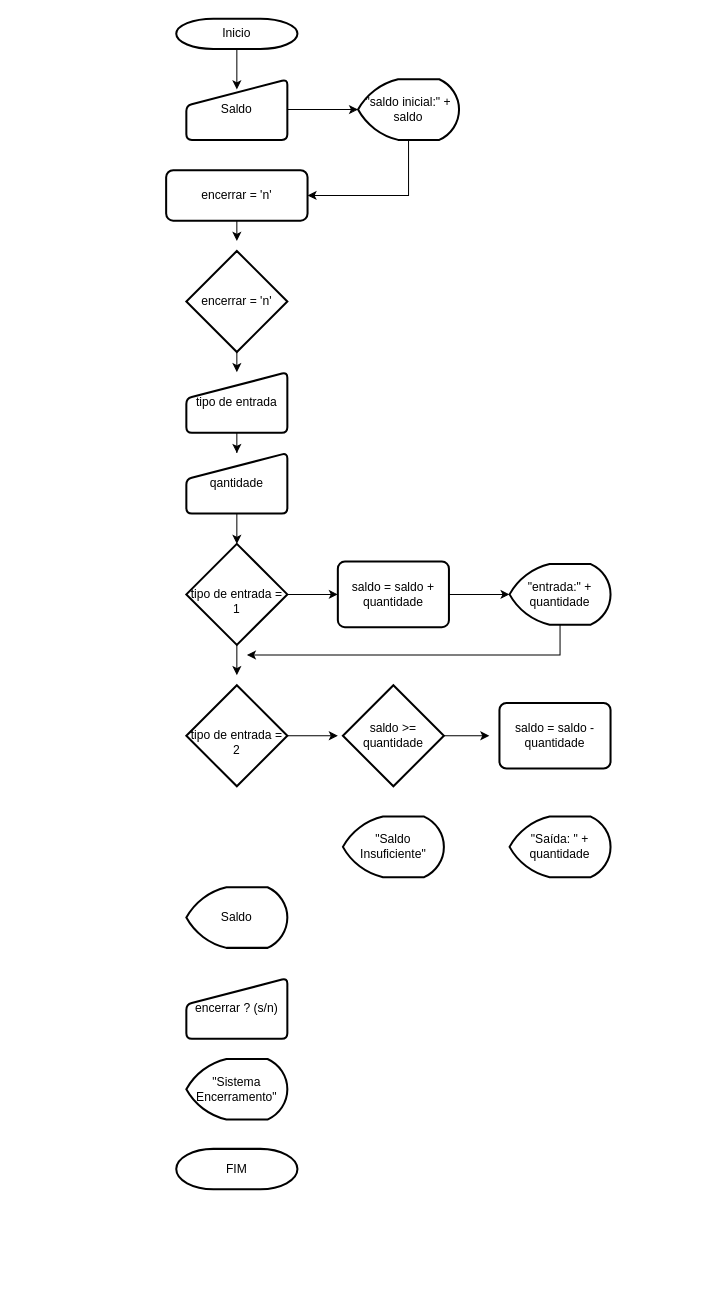
Above: Diagrama sem nome.drawio in Brun0-ap/senai-fullstack-versoes (draw.io), before the change. Source tidied: cells renumbered, new cells numbered last; positions are measured from the earlier drawing's top-left corner, leaving out a move shared by most shapes. Both pictures are drawn from the tidied source at 101%, with x=0, y=0 at pixel (166, 18).
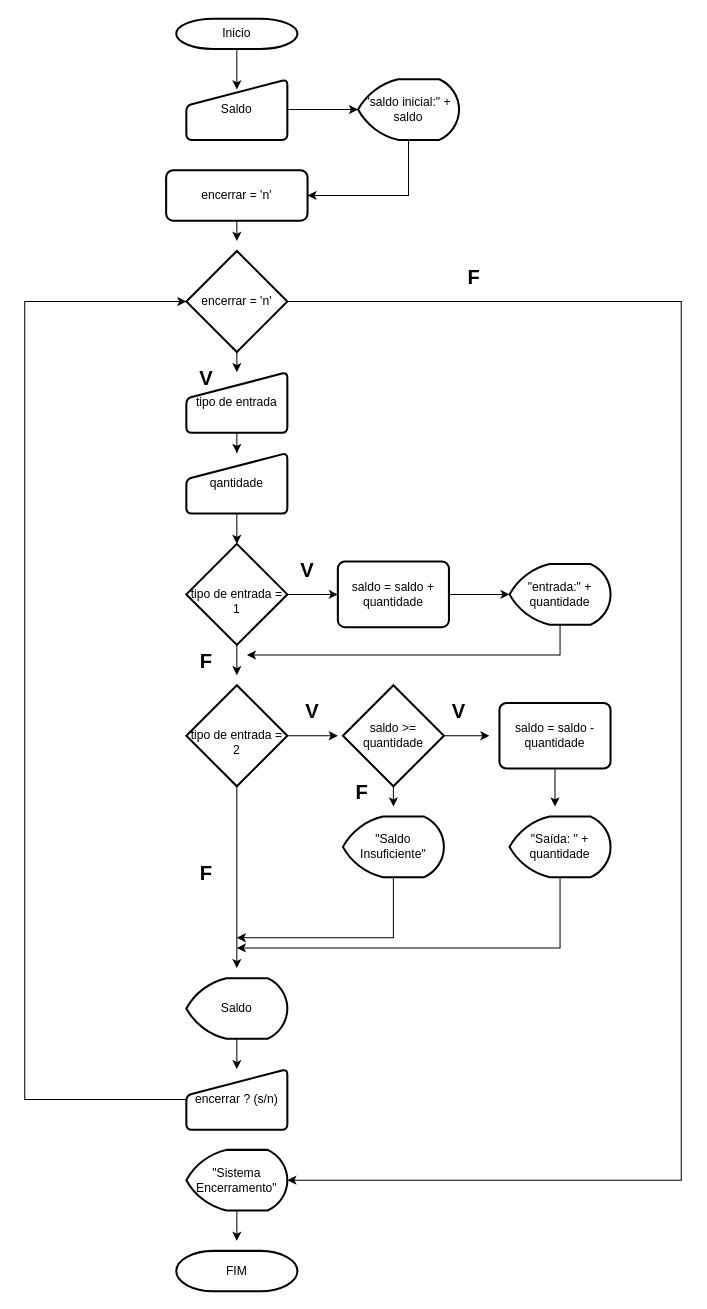
After the change.

Unchanged cells that the change refers to:
```xml
<mxCell id="11" value="encerrar = 'n'" style="strokeWidth=2;html=1;shape=mxgraph.flowchart.decision;whiteSpace=wrap;" parent="1" vertex="1">
  <mxGeometry x="20" y="230" width="100" height="100" as="geometry" />
</mxCell>
<mxCell id="24" value="saldo &amp;gt;= quantidade" style="strokeWidth=2;html=1;shape=mxgraph.flowchart.decision;whiteSpace=wrap;" parent="1" vertex="1">
  <mxGeometry x="175" y="660" width="100" height="100" as="geometry" />
</mxCell>
<mxCell id="26" value="&lt;br&gt;tipo de entrada = &lt;br&gt;2" style="strokeWidth=2;html=1;shape=mxgraph.flowchart.decision;whiteSpace=wrap;" parent="1" vertex="1">
  <mxGeometry x="20" y="660" width="100" height="100" as="geometry" />
</mxCell>
<mxCell id="27" value="saldo = saldo - quantidade" style="rounded=1;whiteSpace=wrap;html=1;absoluteArcSize=1;arcSize=14;strokeWidth=2;" parent="1" vertex="1">
  <mxGeometry x="330" y="677.5" width="110" height="65" as="geometry" />
</mxCell>
<mxCell id="28" value="&quot;Saída: &quot; + quantidade" style="strokeWidth=2;html=1;shape=mxgraph.flowchart.display;whiteSpace=wrap;" parent="1" vertex="1">
  <mxGeometry x="340" y="790" width="100" height="60" as="geometry" />
</mxCell>
<mxCell id="29" value="&quot;Saldo Insuficiente&quot;" style="strokeWidth=2;html=1;shape=mxgraph.flowchart.display;whiteSpace=wrap;" parent="1" vertex="1">
  <mxGeometry x="175" y="790" width="100" height="60" as="geometry" />
</mxCell>
```

Change to the diagram source:
```diff
@@
+    <mxCell id="34" style="edgeStyle=orthogonalEdgeStyle;rounded=0;jettySize=auto;html=1;exitX=1;exitY=0.5;exitDx=0;exitDy=0;exitPerimeter=0;entryX=1;entryY=0.5;entryDx=0;entryDy=0;entryPerimeter=0;" parent="1" edge="1" source="11" target="30">
+      <mxGeometry relative="1" as="geometry">
+        <Array as="points">
+          <mxPoint x="510" y="280" />
+          <mxPoint x="510" y="1150" />
+        </Array>
+      </mxGeometry>
+    </mxCell>
@@
+    <mxCell id="35" style="edgeStyle=orthogonalEdgeStyle;rounded=0;jettySize=auto;html=1;exitX=0.5;exitY=1;exitDx=0;exitDy=0;exitPerimeter=0;" parent="1" edge="1" source="24">
+      <mxGeometry relative="1" as="geometry">
+        <mxPoint x="225" y="780" as="targetPoint" />
+      </mxGeometry>
+    </mxCell>
@@
+    <mxCell id="36" style="edgeStyle=orthogonalEdgeStyle;rounded=0;jettySize=auto;html=1;exitX=0.5;exitY=1;exitDx=0;exitDy=0;exitPerimeter=0;" parent="1" edge="1" source="26">
+      <mxGeometry relative="1" as="geometry">
+        <mxPoint x="70" y="940" as="targetPoint" />
+      </mxGeometry>
+    </mxCell>
@@
+    <mxCell id="37" style="edgeStyle=orthogonalEdgeStyle;rounded=0;jettySize=auto;html=1;exitX=0.5;exitY=1;exitDx=0;exitDy=0;" parent="1" edge="1" source="27">
+      <mxGeometry relative="1" as="geometry">
+        <mxPoint x="385" y="780" as="targetPoint" />
+      </mxGeometry>
+    </mxCell>
@@
+    <mxCell id="38" style="edgeStyle=orthogonalEdgeStyle;rounded=0;jettySize=auto;html=1;" parent="1" edge="1" source="28">
+      <mxGeometry relative="1" as="geometry">
+        <mxPoint x="70" y="920" as="targetPoint" />
+        <Array as="points">
+          <mxPoint x="390" y="920" />
+          <mxPoint x="80" y="920" />
+        </Array>
+      </mxGeometry>
+    </mxCell>
@@
+    <mxCell id="39" style="edgeStyle=orthogonalEdgeStyle;rounded=0;jettySize=auto;html=1;" parent="1" edge="1" source="29">
+      <mxGeometry relative="1" as="geometry">
+        <mxPoint x="70" y="910" as="targetPoint" />
+        <Array as="points">
+          <mxPoint x="225" y="910" />
+        </Array>
+      </mxGeometry>
+    </mxCell>
@@
+    <mxCell id="40" style="edgeStyle=orthogonalEdgeStyle;rounded=0;jettySize=auto;html=1;exitX=0.5;exitY=1;exitDx=0;exitDy=0;exitPerimeter=0;" parent="1" edge="1" source="30">
+      <mxGeometry relative="1" as="geometry">
+        <mxPoint x="70" y="1210" as="targetPoint" />
+      </mxGeometry>
+    </mxCell>
     <mxCell id="30" value="&quot;Sistema Encerramento&quot;" style="strokeWidth=2;html=1;shape=mxgraph.flowchart.display;whiteSpace=wrap;" parent="1" vertex="1">
-      <mxGeometry x="20" y="1030" width="100" height="60" as="geometry" />
+      <mxGeometry x="20" y="1120" width="100" height="60" as="geometry" />
     </mxCell>
+    <mxCell id="41" style="edgeStyle=orthogonalEdgeStyle;rounded=0;jettySize=auto;html=1;exitX=0.5;exitY=1;exitDx=0;exitDy=0;exitPerimeter=0;entryX=0.5;entryY=0;entryDx=0;entryDy=0;" parent="1" edge="1" source="31" target="32">
+      <mxGeometry relative="1" as="geometry" />
+    </mxCell>
     <mxCell id="31" value="Saldo" style="strokeWidth=2;html=1;shape=mxgraph.flowchart.display;whiteSpace=wrap;" parent="1" vertex="1">
-      <mxGeometry x="20" y="860" width="100" height="60" as="geometry" />
+      <mxGeometry x="20" y="950" width="100" height="60" as="geometry" />
     </mxCell>
+    <mxCell id="42" style="edgeStyle=orthogonalEdgeStyle;rounded=0;jettySize=auto;html=1;entryX=0;entryY=0.5;entryDx=0;entryDy=0;entryPerimeter=0;" parent="1" edge="1" source="32" target="11">
+      <mxGeometry relative="1" as="geometry">
+        <Array as="points">
+          <mxPoint x="-140" y="1070" />
+          <mxPoint x="-140" y="280" />
+        </Array>
+      </mxGeometry>
+    </mxCell>
     <mxCell id="32" value="encerrar ? (s/n)" style="html=1;strokeWidth=2;shape=manualInput;whiteSpace=wrap;rounded=1;size=26;arcSize=11;" parent="1" vertex="1">
-      <mxGeometry x="20" y="950" width="100" height="60" as="geometry" />
+      <mxGeometry x="20" y="1040" width="100" height="60" as="geometry" />
     </mxCell>
     <mxCell id="33" value="FIM" style="strokeWidth=2;html=1;shape=mxgraph.flowchart.terminator;whiteSpace=wrap;" parent="1" vertex="1">
-      <mxGeometry x="10" y="1119" width="120" height="40" as="geometry" />
+      <mxGeometry x="10" y="1220" width="120" height="40" as="geometry" />
     </mxCell>
+    <mxCell id="43" value="&lt;font size=&quot;1&quot; style=&quot;vertical-align: inherit;&quot;&gt;&lt;b style=&quot;font-size: 20px;&quot;&gt;V&lt;/b&gt;&lt;/font&gt;" style="text;strokeColor=none;align=center;fillColor=none;html=1;verticalAlign=middle;whiteSpace=wrap;rounded=0;" parent="1" vertex="1">
+      <mxGeometry x="110" y="530" width="60" height="30" as="geometry" />
+    </mxCell>
+    <mxCell id="44" value="&lt;font size=&quot;1&quot; style=&quot;vertical-align: inherit;&quot;&gt;&lt;b style=&quot;font-size: 20px;&quot;&gt;V&lt;/b&gt;&lt;/font&gt;" style="text;strokeColor=none;align=center;fillColor=none;html=1;verticalAlign=middle;whiteSpace=wrap;rounded=0;" parent="1" vertex="1">
+      <mxGeometry x="10" y="340" width="60" height="30" as="geometry" />
+    </mxCell>
+    <mxCell id="45" value="&lt;font size=&quot;1&quot; style=&quot;vertical-align: inherit;&quot;&gt;&lt;b style=&quot;font-size: 20px;&quot;&gt;F&lt;/b&gt;&lt;/font&gt;" style="text;strokeColor=none;align=center;fillColor=none;html=1;verticalAlign=middle;whiteSpace=wrap;rounded=0;" parent="1" vertex="1">
+      <mxGeometry x="275" y="240" width="60" height="30" as="geometry" />
+    </mxCell>
+    <mxCell id="46" value="&lt;font size=&quot;1&quot; style=&quot;vertical-align: inherit;&quot;&gt;&lt;b style=&quot;font-size: 20px;&quot;&gt;F&lt;/b&gt;&lt;/font&gt;" style="text;strokeColor=none;align=center;fillColor=none;html=1;verticalAlign=middle;whiteSpace=wrap;rounded=0;" parent="1" vertex="1">
+      <mxGeometry x="10" y="620" width="60" height="30" as="geometry" />
+    </mxCell>
+    <mxCell id="47" value="&lt;font size=&quot;1&quot; style=&quot;vertical-align: inherit;&quot;&gt;&lt;b style=&quot;font-size: 20px;&quot;&gt;V&lt;/b&gt;&lt;/font&gt;" style="text;strokeColor=none;align=center;fillColor=none;html=1;verticalAlign=middle;whiteSpace=wrap;rounded=0;" parent="1" vertex="1">
+      <mxGeometry x="115" y="670" width="60" height="30" as="geometry" />
+    </mxCell>
+    <mxCell id="48" value="&lt;font size=&quot;1&quot; style=&quot;vertical-align: inherit;&quot;&gt;&lt;b style=&quot;font-size: 20px;&quot;&gt;V&lt;/b&gt;&lt;/font&gt;" style="text;strokeColor=none;align=center;fillColor=none;html=1;verticalAlign=middle;whiteSpace=wrap;rounded=0;" parent="1" vertex="1">
+      <mxGeometry x="260" y="670" width="60" height="30" as="geometry" />
+    </mxCell>
+    <mxCell id="49" value="&lt;font size=&quot;1&quot; style=&quot;vertical-align: inherit;&quot;&gt;&lt;b style=&quot;font-size: 20px;&quot;&gt;F&lt;/b&gt;&lt;/font&gt;" style="text;strokeColor=none;align=center;fillColor=none;html=1;verticalAlign=middle;whiteSpace=wrap;rounded=0;" parent="1" vertex="1">
+      <mxGeometry x="10" y="830" width="60" height="30" as="geometry" />
+    </mxCell>
+    <mxCell id="50" value="&lt;font size=&quot;1&quot; style=&quot;vertical-align: inherit;&quot;&gt;&lt;b style=&quot;font-size: 20px;&quot;&gt;F&lt;/b&gt;&lt;/font&gt;" style="text;strokeColor=none;align=center;fillColor=none;html=1;verticalAlign=middle;whiteSpace=wrap;rounded=0;" parent="1" vertex="1">
+      <mxGeometry x="164" y="750" width="60" height="30" as="geometry" />
+    </mxCell>
```
